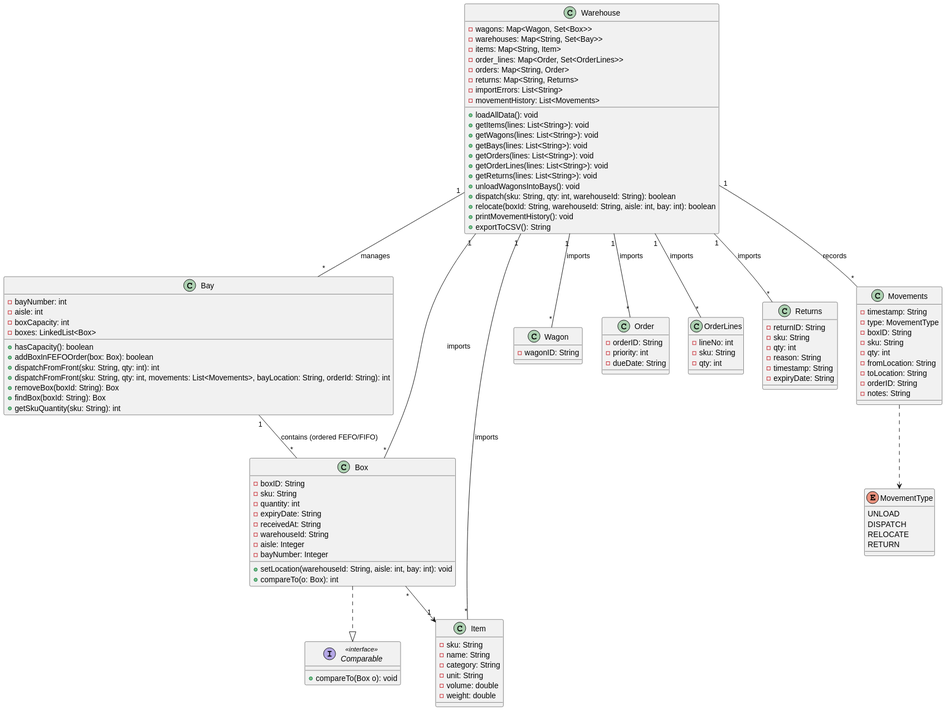
This is doc/sprint-1/usei01/03. design/svg/USEI01-ClassDiagram.svg from ivasduarte/logistics-on-rails, a PlantUML export, as it was before one commit.
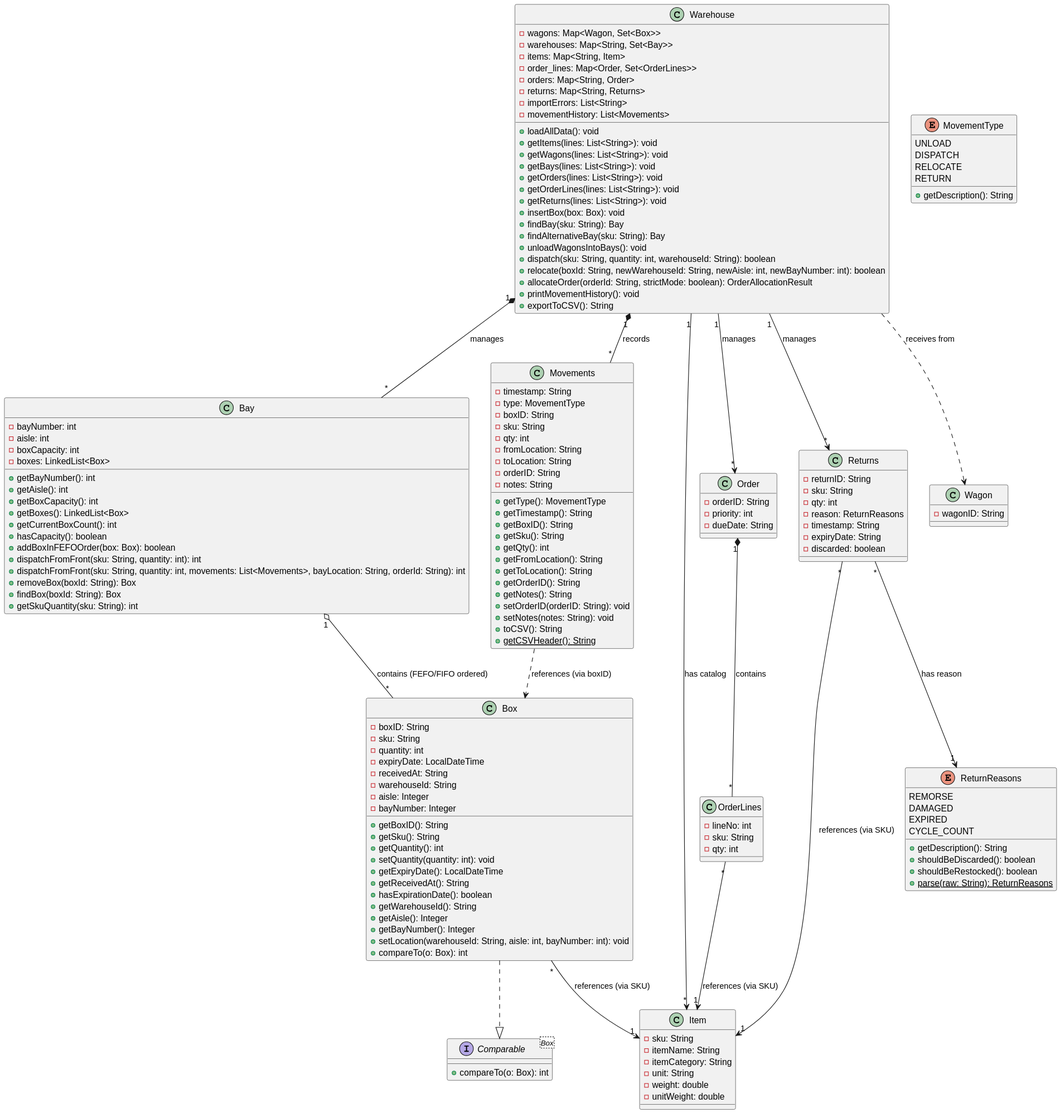
Above is the later version.

Commit message:
(doc) Corrected documentation regarding USEI01

Change to the diagram source:
```diff
@@ -1,5 +1,4 @@
 @startuml
-
 class Warehouse {
     - wagons: Map<Wagon, Set<Box>>
     - warehouses: Map<String, Set<Bay>>
@@ -16,9 +15,13 @@
     + getOrders(lines: List<String>): void
     + getOrderLines(lines: List<String>): void
     + getReturns(lines: List<String>): void
+    + insertBox(box: Box): void
+    + findBay(sku: String): Bay
+    + findAlternativeBay(sku: String): Bay
     + unloadWagonsIntoBays(): void
-    + dispatch(sku: String, qty: int, warehouseId: String): boolean
-    + relocate(boxId: String, warehouseId: String, aisle: int, bay: int): boolean
+    + dispatch(sku: String, quantity: int, warehouseId: String): boolean
+    + relocate(boxId: String, newWarehouseId: String, newAisle: int, newBayNumber: int): boolean
+    + allocateOrder(orderId: String, strictMode: boolean): OrderAllocationResult
     + printMovementHistory(): void
     + exportToCSV(): String
 }
@@ -28,10 +31,15 @@
     - aisle: int
     - boxCapacity: int
     - boxes: LinkedList<Box>
+    + getBayNumber(): int
+    + getAisle(): int
+    + getBoxCapacity(): int
+    + getBoxes(): LinkedList<Box>
+    + getCurrentBoxCount(): int
     + hasCapacity(): boolean
     + addBoxInFEFOOrder(box: Box): boolean
-    + dispatchFromFront(sku: String, qty: int): int
-    + dispatchFromFront(sku: String, qty: int, movements: List<Movements>, bayLocation: String, orderId: String): int
+    + dispatchFromFront(sku: String, quantity: int): int
+    + dispatchFromFront(sku: String, quantity: int, movements: List<Movements>, bayLocation: String, orderId: String): int
     + removeBox(boxId: String): Box
     + findBox(boxId: String): Box
     + getSkuQuantity(sku: String): int
@@ -41,26 +49,36 @@
     - boxID: String
     - sku: String
     - quantity: int
-    - expiryDate: String
+    - expiryDate: LocalDateTime
     - receivedAt: String
     - warehouseId: String
     - aisle: Integer
     - bayNumber: Integer
-    + setLocation(warehouseId: String, aisle: int, bay: int): void
+    + getBoxID(): String
+    + getSku(): String
+    + getQuantity(): int
+    + setQuantity(quantity: int): void
+    + getExpiryDate(): LocalDateTime
+    + getReceivedAt(): String
+    + hasExpirationDate(): boolean
+    + getWarehouseId(): String
+    + getAisle(): Integer
+    + getBayNumber(): Integer
+    + setLocation(warehouseId: String, aisle: int, bayNumber: int): void
     + compareTo(o: Box): int
 }
 
-interface Comparable <<interface>>{
-    +compareTo(Box o): void
+interface Comparable<Box> {
+    +compareTo(o: Box): int
 }
 
 class Item {
     - sku: String
-    - name: String
-    - category: String
+    - itemName: String
+    - itemCategory: String
     - unit: String
-    - volume: double
     - weight: double
+    - unitWeight: double
 }
 
 class Wagon {
@@ -83,9 +101,10 @@
     - returnID: String
     - sku: String
     - qty: int
-    - reason: String
+    - reason: ReturnReasons
     - timestamp: String
     - expiryDate: String
+    - discarded: boolean
 }
 
 class Movements {
@@ -98,6 +117,19 @@
     - toLocation: String
     - orderID: String
     - notes: String
+    + getType(): MovementType
+    + getTimestamp(): String
+    + getBoxID(): String
+    + getSku(): String
+    + getQty(): int
+    + getFromLocation(): String
+    + getToLocation(): String
+    + getOrderID(): String
+    + getNotes(): String
+    + setOrderID(orderID: String): void
+    + setNotes(notes: String): void
+    + toCSV(): String
+    + getCSVHeader(): String {static}
 }
 
 enum MovementType {
@@ -105,20 +137,32 @@
     DISPATCH
     RELOCATE
     RETURN
+    + getDescription(): String
+}
+
+enum ReturnReasons {
+    REMORSE
+    DAMAGED
+    EXPIRED
+    CYCLE_COUNT
+    + getDescription(): String
+    + shouldBeDiscarded(): boolean
+    + shouldBeRestocked(): boolean
+    + parse(raw: String): ReturnReasons {static}
 }
 
 Box ..|> Comparable
-Movements ..> MovementType
-
-Warehouse "1" -- "*" Movements : records
-Warehouse "1" -- "*" Bay : manages
-Warehouse "1" -- "*" Wagon : imports
-Warehouse "1" -- "*" Box : imports
-Warehouse "1" -- "*" Item : imports
-Warehouse "1" -- "*" Order : imports
-Warehouse "1" -- "*" OrderLines : imports
-Warehouse "1" -- "*" Returns : imports
-
-Bay "1" -- "*" Box : contains (ordered FEFO/FIFO)
-Box "*" --> "1" Item
+Warehouse "1" *-- "*" Bay : manages
+Warehouse "1" *-- "*" Movements : records
+Order "1" *-- "*" OrderLines : contains
+Bay "1" o-- "*" Box : contains (FEFO/FIFO ordered)
+Warehouse "1" --> "*" Item : has catalog
+Warehouse "1" --> "*" Order : manages
+Warehouse "1" --> "*" Returns : manages
+Warehouse ..> Wagon : receives from
+Movements ..> Box : references (via boxID)
+Box "*" --> "1" Item : references (via SKU)
+OrderLines "*" --> "1" Item : references (via SKU)
+Returns "*" --> "1" Item : references (via SKU)
+Returns "*" --> "1" ReturnReasons : has reason
 @enduml
```
